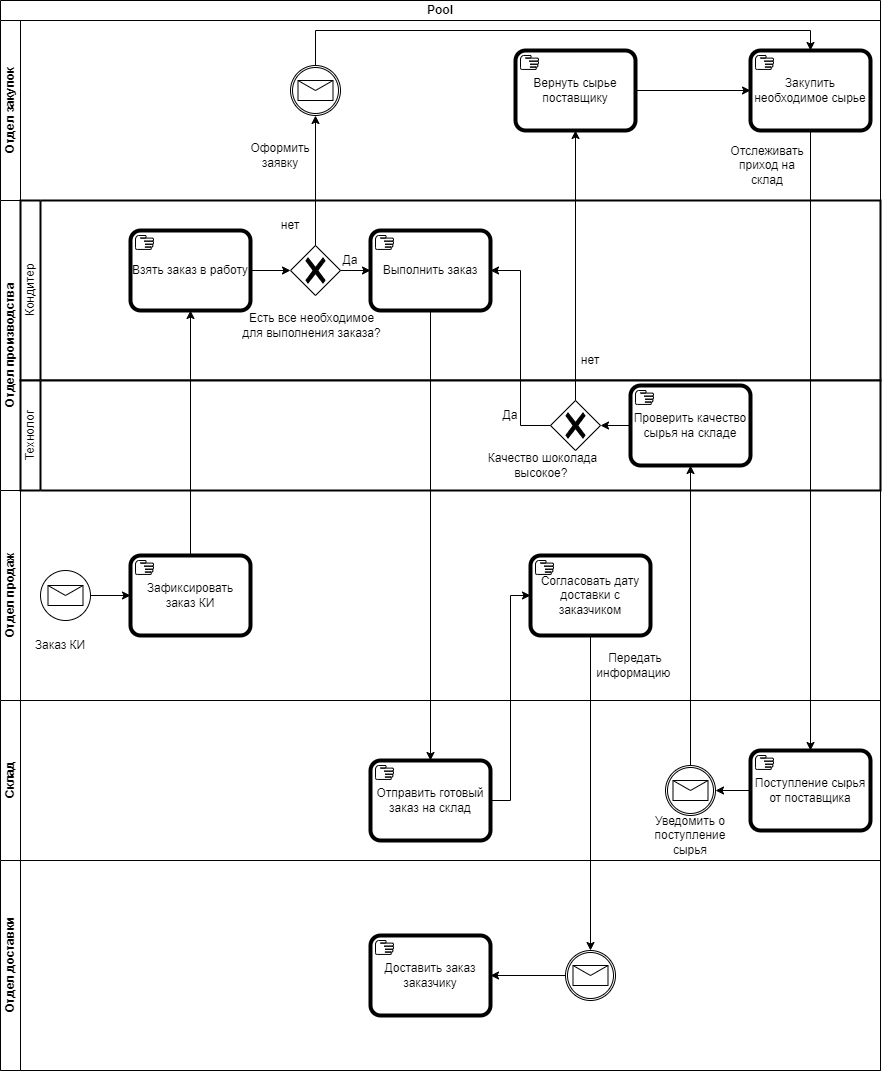
The draw.io diagram BPMN.drawio.png in SofiyaBrodnikova/-educational, before a commit. Source tidied: cells renumbered, new cells last; positions are measured from the earlier drawing's top-left corner, leaving out a move shared by most shapes.
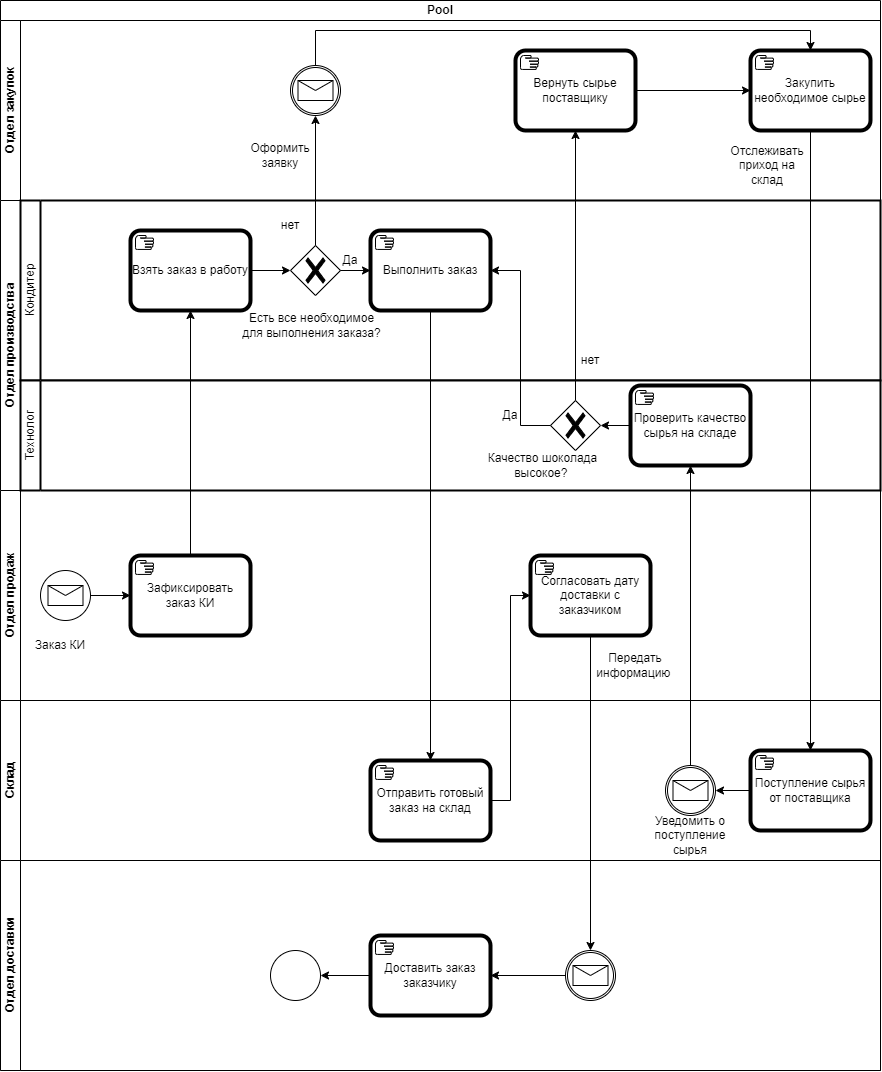
The same diagram one commit later.

Diff of the diagram source:
```diff
@@ -125,12 +125,18 @@
     <mxCell id="42" style="points=[[0.145,0.145,0],[0.5,0,0],[0.855,0.145,0],[1,0.5,0],[0.855,0.855,0],[0.5,1,0],[0.145,0.855,0],[0,0.5,0]];shape=mxgraph.bpmn.event;html=1;verticalLabelPosition=bottom;labelBackgroundColor=#ffffff;verticalAlign=top;align=center;perimeter=ellipsePerimeter;outlineConnect=0;outline=catching;symbol=message;" parent="41" vertex="1">
       <mxGeometry x="565" y="90" width="50" height="50" as="geometry" />
     </mxCell>
+    <mxCell id="54" style="edgeStyle=orthogonalEdgeStyle;rounded=0;jettySize=auto;html=1;exitX=0;exitY=0.5;exitDx=0;exitDy=0;exitPerimeter=0;" parent="41" edge="1" source="43" target="55">
+      <mxGeometry relative="1" as="geometry" />
+    </mxCell>
     <mxCell id="43" value="Доставить заказ заказчику" style="points=[[0.25,0,0],[0.5,0,0],[0.75,0,0],[1,0.25,0],[1,0.5,0],[1,0.75,0],[0.75,1,0],[0.5,1,0],[0.25,1,0],[0,0.75,0],[0,0.5,0],[0,0.25,0]];shape=mxgraph.bpmn.task2;whiteSpace=wrap;rectStyle=rounded;size=10;html=1;bpmnShapeType=call;taskMarker=manual;" parent="41" vertex="1">
       <mxGeometry x="370" y="75" width="120" height="80" as="geometry" />
     </mxCell>
     <mxCell id="44" style="edgeStyle=orthogonalEdgeStyle;rounded=0;jettySize=auto;html=1;exitX=0;exitY=0.5;exitDx=0;exitDy=0;exitPerimeter=0;entryX=1;entryY=0.5;entryDx=0;entryDy=0;entryPerimeter=0;" parent="41" edge="1" source="42" target="43">
       <mxGeometry relative="1" as="geometry" />
     </mxCell>
+    <mxCell id="55" style="points=[[0.145,0.145,0],[0.5,0,0],[0.855,0.145,0],[1,0.5,0],[0.855,0.855,0],[0.5,1,0],[0.145,0.855,0],[0,0.5,0]];shape=mxgraph.bpmn.event;html=1;verticalLabelPosition=bottom;labelBackgroundColor=#ffffff;verticalAlign=top;align=center;perimeter=ellipsePerimeter;outlineConnect=0;outline=standard;symbol=general;" parent="41" vertex="1">
+      <mxGeometry x="270" y="90" width="50" height="50" as="geometry" />
+    </mxCell>
     <mxCell id="45" style="edgeStyle=orthogonalEdgeStyle;rounded=0;jettySize=auto;html=1;exitX=0.5;exitY=0;exitDx=0;exitDy=0;exitPerimeter=0;entryX=0.5;entryY=1;entryDx=0;entryDy=0;entryPerimeter=0;" parent="2" edge="1" source="23" target="13">
       <mxGeometry relative="1" as="geometry" />
     </mxCell>
```
